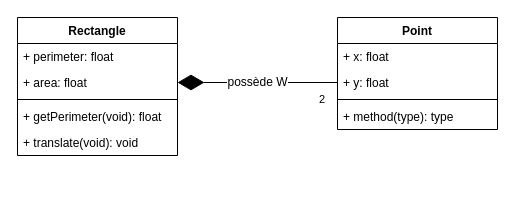
Earlier version of the draw.io diagram exo7.drawio (valentin-cochin/cda-uml-exos). Source tidied: cells renumbered, new cells numbered last; positions are measured from the earlier drawing's top-left corner, leaving out a move shared by most shapes. Both pictures are drawn from the tidied source at 100%, with x=0, y=0 at pixel (17, 17).
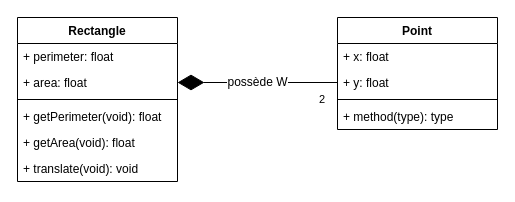
The same page after the edit.

Diff of the diagram source:
```diff
@@
 <mxGraphModel>
   <root>
     <mxCell id="0" />
     <mxCell id="1" parent="0" />
     <mxCell id="2" value="Rectangle" style="swimlane;fontStyle=1;align=center;verticalAlign=top;horizontal=1;startSize=26;fontSize=12;" parent="1" vertex="1">
-      <mxGeometry width="160" height="138" as="geometry" />
+      <mxGeometry width="160" height="164" as="geometry" />
     </mxCell>
     <mxCell id="3" value="+ perimeter: float" style="text;strokeColor=none;fillColor=none;align=left;verticalAlign=top;spacingLeft=4;spacingRight=4;overflow=hidden;" parent="2" vertex="1">
       <mxGeometry y="26" width="160" height="26" as="geometry" />
     </mxCell>
     <mxCell id="4" value="+ area: float" style="text;strokeColor=none;fillColor=none;align=left;verticalAlign=top;spacingLeft=4;spacingRight=4;overflow=hidden;" parent="2" vertex="1">
       <mxGeometry y="52" width="160" height="26" as="geometry" />
     </mxCell>
     <mxCell id="5" style="line;strokeWidth=1;fillColor=none;align=left;verticalAlign=middle;spacingTop=-1;spacingLeft=3;spacingRight=3;labelPosition=right;" parent="2" vertex="1">
       <mxGeometry y="78" width="160" height="8" as="geometry" />
     </mxCell>
     <mxCell id="6" value="+ getPerimeter(void): float" style="text;strokeColor=none;fillColor=none;align=left;verticalAlign=top;spacingLeft=4;spacingRight=4;overflow=hidden;" parent="2" vertex="1">
       <mxGeometry y="86" width="160" height="26" as="geometry" />
     </mxCell>
+    <mxCell id="15" value="+ getArea(void): float" style="text;strokeColor=none;fillColor=none;align=left;verticalAlign=top;spacingLeft=4;spacingRight=4;overflow=hidden;" parent="2" vertex="1">
+      <mxGeometry y="112" width="160" height="26" as="geometry" />
+    </mxCell>
     <mxCell id="7" value="+ translate(void): void" style="text;strokeColor=none;fillColor=none;align=left;verticalAlign=top;spacingLeft=4;spacingRight=4;overflow=hidden;" parent="2" vertex="1">
-      <mxGeometry y="112" width="160" height="26" as="geometry" />
+      <mxGeometry y="138" width="160" height="26" as="geometry" />
     </mxCell>
     <mxCell id="8" value="Point" style="swimlane;fontStyle=1;align=center;verticalAlign=top;horizontal=1;startSize=26;fontSize=12;" parent="1" vertex="1">
       <mxGeometry x="320" width="160" height="112" as="geometry" />
     </mxCell>
     <mxCell id="9" value="+ x: float" style="text;strokeColor=none;fillColor=none;align=left;verticalAlign=top;spacingLeft=4;spacingRight=4;overflow=hidden;" parent="8" vertex="1">
       <mxGeometry y="26" width="160" height="26" as="geometry" />
     </mxCell>
     <mxCell id="10" value="+ y: float" style="text;strokeColor=none;fillColor=none;align=left;verticalAlign=top;spacingLeft=4;spacingRight=4;overflow=hidden;points=[[0,0.5],[1,0.5]];portConstraint=eastwest;" parent="8" vertex="1">
       <mxGeometry y="52" width="160" height="26" as="geometry" />
     </mxCell>
     <mxCell id="11" style="line;strokeWidth=1;fillColor=none;align=left;verticalAlign=middle;spacingTop=-1;spacingLeft=3;spacingRight=3;labelPosition=right;" parent="8" vertex="1">
       <mxGeometry y="78" width="160" height="8" as="geometry" />
     </mxCell>
     <mxCell id="12" value="+ method(type): type" style="text;strokeColor=none;fillColor=none;align=left;verticalAlign=top;spacingLeft=4;spacingRight=4;overflow=hidden;" parent="8" vertex="1">
       <mxGeometry y="86" width="160" height="26" as="geometry" />
     </mxCell>
     <mxCell id="13" value="possède W" style="endArrow=diamondThin;endFill=1;endSize=24;html=1;fontSize=12;exitX=0;exitY=0.5;exitDx=0;exitDy=0;" parent="1" edge="1" source="10">
       <mxGeometry relative="1" as="geometry">
         <mxPoint x="160" y="65" as="targetPoint" />
       </mxGeometry>
     </mxCell>
     <mxCell id="14" value="2" style="edgeLabel;html=1;align=left;verticalAlign=top;" parent="1" vertex="1">
       <mxGeometry x="300" y="69" as="geometry" />
     </mxCell>
   </root>
 </mxGraphModel>
```
